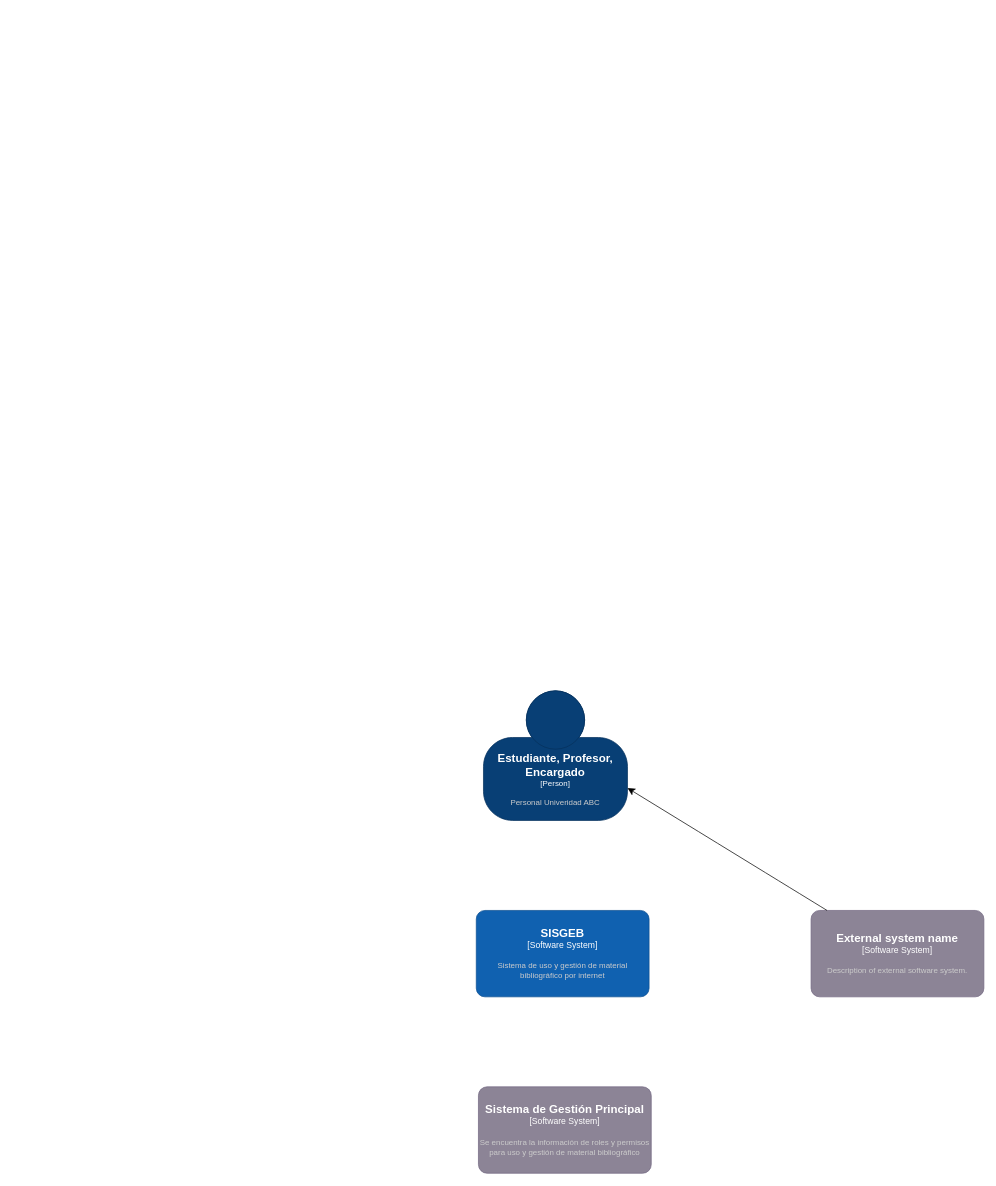
Gelo9033/Gelo9033 keeps this draw.io diagram as Diagrama Contexto.drawio. Above is the earlier version. Source tidied: cells renumbered, new cells numbered last; positions are measured from the earlier drawing's top-left corner, leaving out a move shared by most shapes. Both pictures are drawn from the tidied source at 72%, with x=0, y=0 at pixel (476, 690).
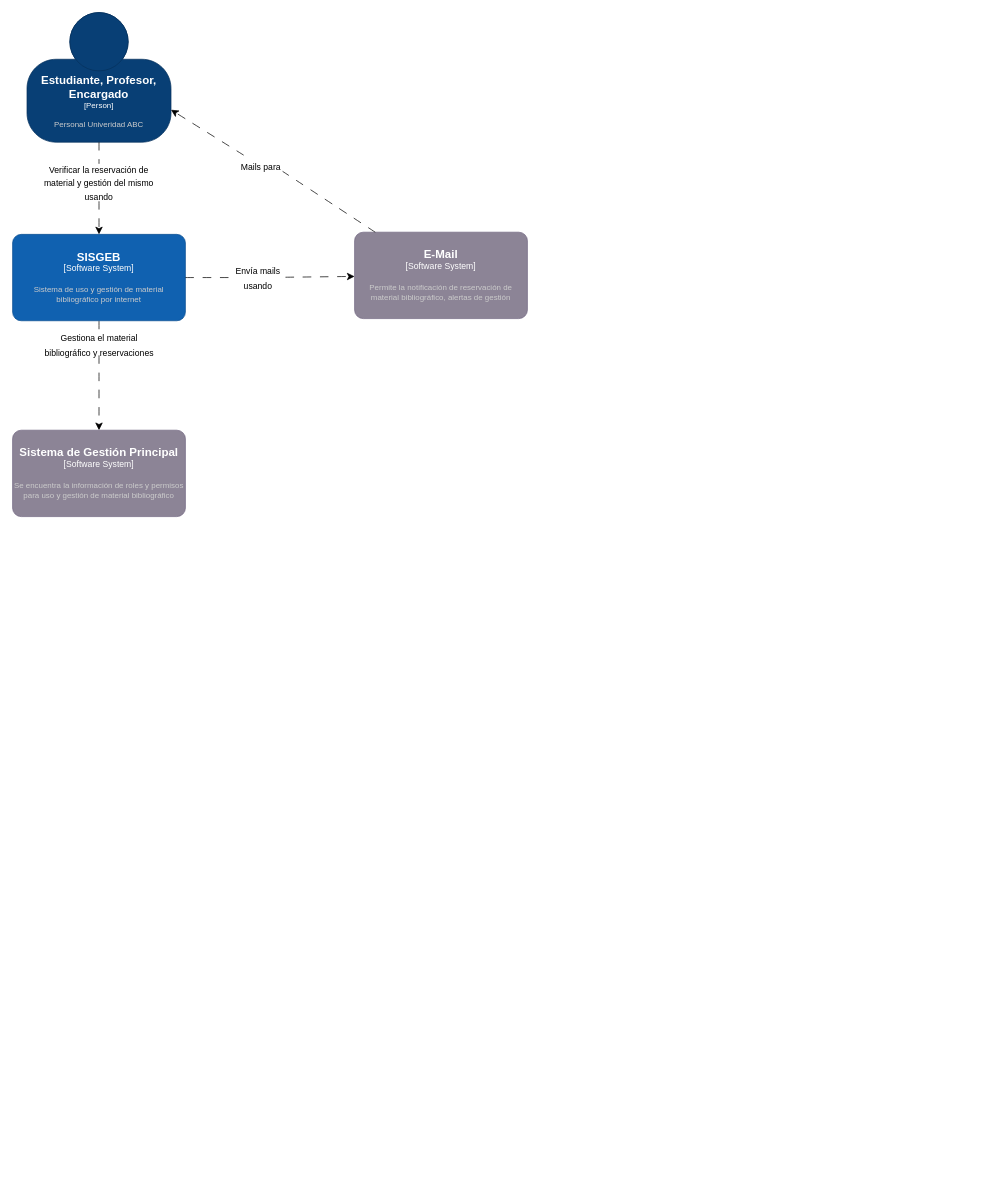
After the change.

Diff of the diagram source:
```diff
@@
-<mxGraphModel>
+<mxGraphModel background="#FFFFFF">
@@
     <object id="2" label="&lt;font style=&quot;font-size: 16px&quot;&gt;&lt;b&gt;%c4Name%&lt;/b&gt;&lt;/font&gt;&lt;div&gt;[%c4Type%]&lt;/div&gt;&lt;br&gt;&lt;div&gt;&lt;font style=&quot;font-size: 11px&quot;&gt;&lt;font color=&quot;#cccccc&quot;&gt;%c4Description%&lt;/font&gt;&lt;/div&gt;" c4Description="Personal Univeridad ABC" c4Name="Estudiante, Profesor, Encargado" c4Type="Person" placeholders="1">
       <mxCell style="html=1;fontSize=11;dashed=0;whiteSpace=wrap;fillColor=#083F75;strokeColor=#06315C;fontColor=#ffffff;shape=mxgraph.c4.person2;align=center;points=[[0.5,0,0],[1,0.5,0],[1,0.75,0],[0.75,1,0],[0.5,1,0],[0.25,1,0],[0,0.75,0],[0,0.5,0]];" parent="1" vertex="1">
-        <mxGeometry x="10" width="200" height="180" as="geometry" />
+        <mxGeometry x="-624" y="-942" width="200" height="180" as="geometry" />
       </mxCell>
     </object>
+    <mxCell id="7" style="edgeStyle=none;curved=1;rounded=0;jettySize=auto;html=1;fontSize=12;startSize=8;endSize=8;dashed=1;dashPattern=12 12;" parent="1" edge="1" source="14" target="4">
+      <mxGeometry relative="1" as="geometry" />
+    </mxCell>
+    <mxCell id="8" style="edgeStyle=none;curved=1;rounded=0;jettySize=auto;html=1;exitX=0.5;exitY=1;exitDx=0;exitDy=0;exitPerimeter=0;entryX=0.5;entryY=0;entryDx=0;entryDy=0;fontSize=12;startSize=8;endSize=8;endArrow=none;endFill=0;dashed=1;dashPattern=12 12;" parent="1" edge="1" source="3" target="12">
+      <mxGeometry relative="1" as="geometry" />
+    </mxCell>
     <object id="3" label="&lt;font style=&quot;font-size: 16px&quot;&gt;&lt;b&gt;%c4Name%&lt;/b&gt;&lt;/font&gt;&lt;div&gt;[%c4Type%]&lt;/div&gt;&lt;br&gt;&lt;div&gt;&lt;font style=&quot;font-size: 11px&quot;&gt;&lt;font color=&quot;#cccccc&quot;&gt;%c4Description%&lt;/font&gt;&lt;/div&gt;" c4Description="Sistema de uso y gestión de material bibliográfico por internet" c4Name="SISGEB" c4Type="Software System" placeholders="1">
       <mxCell style="rounded=1;whiteSpace=wrap;html=1;labelBackgroundColor=none;fillColor=#1061B0;fontColor=#ffffff;align=center;arcSize=10;strokeColor=#0D5091;points=[[0.25,0,0],[0.5,0,0],[0.75,0,0],[1,0.25,0],[1,0.5,0],[1,0.75,0],[0.75,1,0],[0.5,1,0],[0.25,1,0],[0,0.75,0],[0,0.5,0],[0,0.25,0]];" parent="1" vertex="1">
-        <mxGeometry y="305" width="240" height="120" as="geometry" />
+        <mxGeometry x="-644" y="-634" width="240" height="120" as="geometry" />
       </mxCell>
     </object>
-    <object id="4" label="&lt;font style=&quot;font-size: 16px&quot;&gt;&lt;b&gt;%c4Name%&lt;/b&gt;&lt;/font&gt;&lt;div&gt;[%c4Type%]&lt;/div&gt;&lt;br&gt;&lt;div&gt;&lt;font style=&quot;font-size: 11px&quot;&gt;&lt;font color=&quot;#cccccc&quot;&gt;%c4Description%&lt;/font&gt;&lt;/div&gt;" c4Description="Description of external software system." c4Name="External system name" c4Type="Software System" placeholders="1">
+    <object id="4" label="&lt;font style=&quot;font-size: 16px&quot;&gt;&lt;b&gt;%c4Name%&lt;/b&gt;&lt;/font&gt;&lt;div&gt;[%c4Type%]&lt;/div&gt;&lt;br&gt;&lt;div&gt;&lt;font style=&quot;font-size: 11px&quot;&gt;&lt;font color=&quot;#cccccc&quot;&gt;%c4Description%&lt;/font&gt;&lt;/div&gt;" c4Description="Permite la notificación de reservación de material bibliográfico, alertas de gestión " c4Name="E-Mail" c4Type="Software System" placeholders="1">
       <mxCell style="rounded=1;whiteSpace=wrap;html=1;labelBackgroundColor=none;fillColor=#8C8496;fontColor=#ffffff;align=center;arcSize=10;strokeColor=#736782;points=[[0.25,0,0],[0.5,0,0],[0.75,0,0],[1,0.25,0],[1,0.5,0],[1,0.75,0],[0.75,1,0],[0.5,1,0],[0.25,1,0],[0,0.75,0],[0,0.5,0],[0,0.25,0]];" parent="1" vertex="1">
-        <mxGeometry x="465" y="305" width="240" height="120" as="geometry" />
+        <mxGeometry x="-169" y="-637" width="240" height="120" as="geometry" />
       </mxCell>
     </object>
+    <mxCell id="6" style="edgeStyle=none;curved=1;rounded=0;jettySize=auto;html=1;entryX=1;entryY=0.75;entryDx=0;entryDy=0;entryPerimeter=0;fontSize=12;startSize=8;endSize=8;dashed=1;dashPattern=12 12;" parent="1" edge="1" source="16" target="2">
+      <mxGeometry relative="1" as="geometry" />
+    </mxCell>
+    <mxCell id="9" style="edgeStyle=none;curved=1;rounded=0;jettySize=auto;html=1;entryX=0.5;entryY=0;entryDx=0;entryDy=0;entryPerimeter=0;fontSize=12;startSize=8;endSize=8;dashed=1;dashPattern=12 12;" parent="1" edge="1" source="11" target="3">
+      <mxGeometry relative="1" as="geometry" />
+    </mxCell>
+    <mxCell id="10" style="edgeStyle=none;curved=1;rounded=0;jettySize=auto;html=1;entryX=0.5;entryY=0;entryDx=0;entryDy=0;entryPerimeter=0;fontSize=12;startSize=8;endSize=8;dashed=1;dashPattern=12 12;endArrow=none;endFill=0;" parent="1" edge="1" source="2" target="11">
+      <mxGeometry relative="1" as="geometry" />
+    </mxCell>
+    <mxCell id="11" value="&lt;font style=&quot;font-size: 12px;&quot;&gt;Verificar la reservación de material y gestión del mismo usando&lt;/font&gt;" style="text;html=1;align=center;verticalAlign=middle;whiteSpace=wrap;rounded=0;fontSize=16;" parent="1" vertex="1">
+      <mxGeometry x="-602" y="-732" width="156" height="52" as="geometry" />
+    </mxCell>
+    <mxCell id="12" value="&lt;font style=&quot;font-size: 12px;&quot;&gt;Gestiona el material bibliográfico y reservaciones&lt;/font&gt;" style="text;html=1;align=center;verticalAlign=middle;whiteSpace=wrap;rounded=0;fontSize=16;" parent="1" vertex="1">
+      <mxGeometry x="-609.5" y="-496" width="171" height="30" as="geometry" />
+    </mxCell>
+    <mxCell id="13" style="edgeStyle=none;curved=1;rounded=0;jettySize=auto;html=1;fontSize=12;startSize=8;endSize=8;dashed=1;dashPattern=12 12;endArrow=none;endFill=0;" parent="1" edge="1" source="3" target="14">
+      <mxGeometry relative="1" as="geometry" />
+    </mxCell>
+    <mxCell id="14" value="&lt;font style=&quot;font-size: 12px;&quot;&gt;Envía mails usando&lt;/font&gt;" style="text;html=1;align=center;verticalAlign=middle;whiteSpace=wrap;rounded=0;fontSize=16;" parent="1" vertex="1">
+      <mxGeometry x="-341" y="-589" width="76" height="30" as="geometry" />
+    </mxCell>
+    <mxCell id="15" style="edgeStyle=none;curved=1;rounded=0;jettySize=auto;html=1;entryX=1;entryY=0.75;entryDx=0;entryDy=0;entryPerimeter=0;fontSize=12;startSize=8;endSize=8;dashed=1;dashPattern=12 12;endArrow=none;endFill=0;" parent="1" edge="1" source="4" target="16">
+      <mxGeometry relative="1" as="geometry" />
+    </mxCell>
+    <mxCell id="16" value="&lt;font style=&quot;font-size: 12px;&quot;&gt;Mails para&lt;/font&gt;" style="text;html=1;align=center;verticalAlign=middle;whiteSpace=wrap;rounded=0;fontSize=16;" parent="1" vertex="1">
+      <mxGeometry x="-329" y="-744" width="60" height="30" as="geometry" />
+    </mxCell>
+    <mxCell id="17" style="edgeStyle=none;curved=1;rounded=0;jettySize=auto;html=1;entryX=0.5;entryY=0;entryDx=0;entryDy=0;entryPerimeter=0;fontSize=12;startSize=8;endSize=8;dashed=1;dashPattern=12 12;" parent="1" edge="1" source="12" target="5">
+      <mxGeometry relative="1" as="geometry" />
+    </mxCell>
     <object id="5" label="&lt;font style=&quot;font-size: 16px&quot;&gt;&lt;b&gt;%c4Name%&lt;/b&gt;&lt;/font&gt;&lt;div&gt;[%c4Type%]&lt;/div&gt;&lt;br&gt;&lt;div&gt;&lt;font style=&quot;font-size: 11px&quot;&gt;&lt;font color=&quot;#cccccc&quot;&gt;%c4Description%&lt;/font&gt;&lt;/div&gt;" c4Description="Se encuentra la información de roles y permisos para uso y gestión de material bibliográfico" c4Name="Sistema de Gestión Principal" c4Type="Software System" placeholders="1">
       <mxCell style="rounded=1;whiteSpace=wrap;html=1;labelBackgroundColor=none;fillColor=#8C8496;fontColor=#ffffff;align=center;arcSize=10;strokeColor=#736782;points=[[0.25,0,0],[0.5,0,0],[0.75,0,0],[1,0.25,0],[1,0.5,0],[1,0.75,0],[0.75,1,0],[0.5,1,0],[0.25,1,0],[0,0.75,0],[0,0.5,0],[0,0.25,0]];" parent="1" vertex="1">
-        <mxGeometry x="3" y="550" width="240" height="120" as="geometry" />
+        <mxGeometry x="-644" y="-362" width="240" height="120" as="geometry" />
       </mxCell>
     </object>
-    <mxCell id="6" style="edgeStyle=none;curved=1;rounded=0;jettySize=auto;html=1;entryX=1;entryY=0.75;entryDx=0;entryDy=0;entryPerimeter=0;fontSize=12;startSize=8;endSize=8;" parent="1" edge="1" source="4" target="2">
-      <mxGeometry relative="1" as="geometry" />
-    </mxCell>
```
